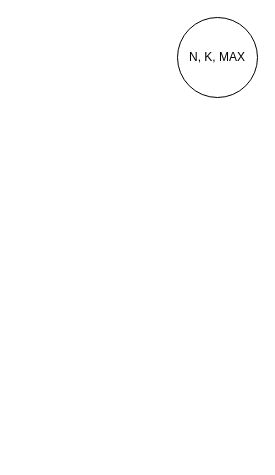
This is 未命名绘图.drawio from kumoSleeping/doc, a draw.io file, before an edit. Source tidied: cells renumbered, new cells numbered last; positions are measured from the earlier drawing's top-left corner, leaving out a move shared by most shapes. Both pictures are drawn from the tidied source at 100%, with x=0, y=0 at pixel (177, 17).
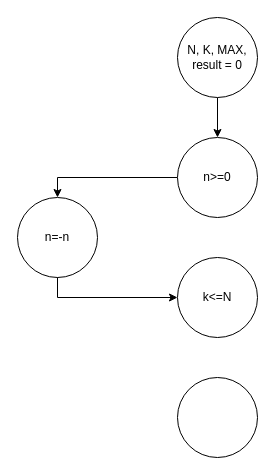
The same diagram, later.

Commit message (it also covers changes not shown here):
更新未命名绘图.drawio

Change to the diagram source:
```diff
@@
 <mxGraphModel>
   <root>
     <mxCell id="0" />
     <mxCell id="1" parent="0" />
+    <mxCell id="3" style="edgeStyle=orthogonalEdgeStyle;rounded=0;jettySize=auto;html=1;entryX=0.5;entryY=0;entryDx=0;entryDy=0;" parent="1" edge="1" source="2" target="5">
+      <mxGeometry relative="1" as="geometry" />
+    </mxCell>
-    <mxCell id="2" value="N, K, MAX" style="ellipse;whiteSpace=wrap;html=1;" parent="1" vertex="1">
+    <mxCell id="2" value="N, K, MAX,&lt;div&gt;result = 0&lt;/div&gt;" style="ellipse;whiteSpace=wrap;html=1;" parent="1" vertex="1">
       <mxGeometry width="80" height="80" as="geometry" />
     </mxCell>
+    <mxCell id="4" style="edgeStyle=orthogonalEdgeStyle;rounded=0;jettySize=auto;html=1;exitX=0;exitY=0.5;exitDx=0;exitDy=0;entryX=0.5;entryY=0;entryDx=0;entryDy=0;" parent="1" edge="1" source="5" target="7">
+      <mxGeometry relative="1" as="geometry" />
+    </mxCell>
+    <mxCell id="5" value="n&amp;gt;=0" style="ellipse;whiteSpace=wrap;html=1;" parent="1" vertex="1">
+      <mxGeometry y="120" width="80" height="80" as="geometry" />
+    </mxCell>
+    <mxCell id="6" style="edgeStyle=orthogonalEdgeStyle;rounded=0;jettySize=auto;html=1;entryX=0;entryY=0.5;entryDx=0;entryDy=0;" parent="1" edge="1" target="8">
+      <mxGeometry relative="1" as="geometry">
+        <mxPoint x="-120" y="250" as="sourcePoint" />
+        <Array as="points">
+          <mxPoint x="-120" y="280" />
+        </Array>
+      </mxGeometry>
+    </mxCell>
+    <mxCell id="7" value="n=-n" style="ellipse;whiteSpace=wrap;html=1;" parent="1" vertex="1">
+      <mxGeometry x="-160" y="180" width="80" height="80" as="geometry" />
+    </mxCell>
+    <mxCell id="8" value="k&amp;lt;=N" style="ellipse;whiteSpace=wrap;html=1;" parent="1" vertex="1">
+      <mxGeometry y="240" width="80" height="80" as="geometry" />
+    </mxCell>
+    <mxCell id="9" style="ellipse;whiteSpace=wrap;html=1;" parent="1" vertex="1">
+      <mxGeometry y="360" width="80" height="80" as="geometry" />
+    </mxCell>
   </root>
 </mxGraphModel>
```
